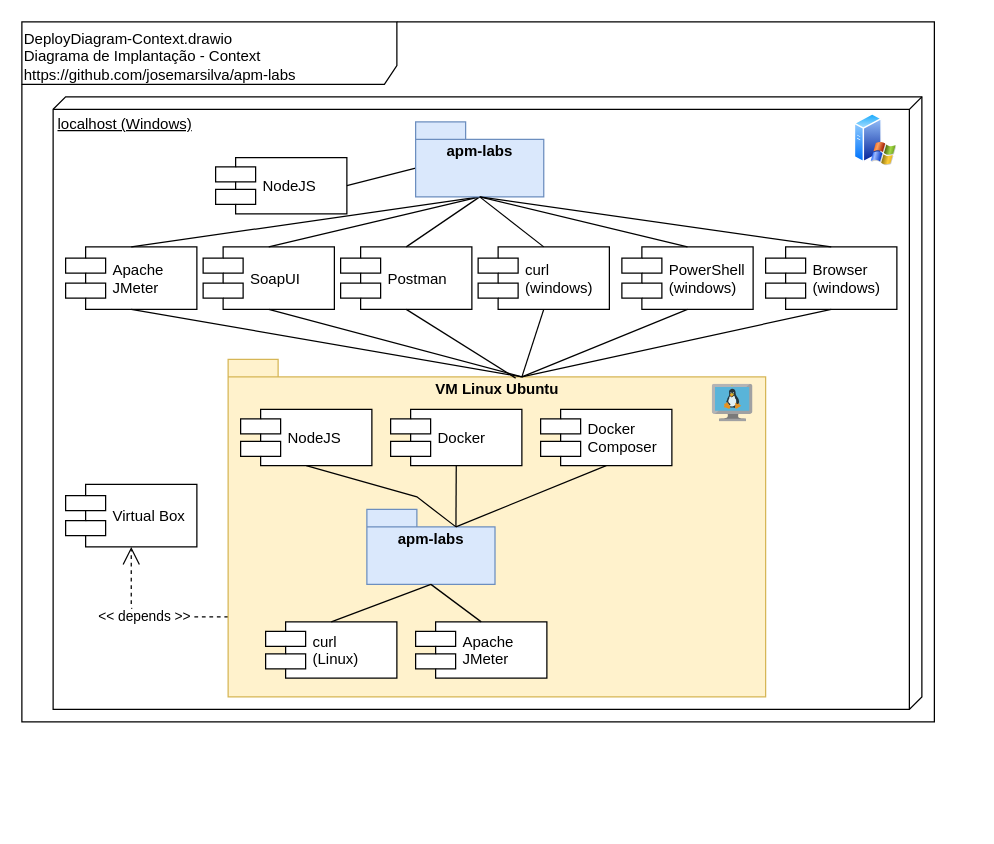
Above: doc/DeployDiagram-Context.drawio in josemarsilva/apm-labs (draw.io), before the change. Source tidied: cells renumbered, new cells numbered last; positions are measured from the earlier drawing's top-left corner, leaving out a move shared by most shapes. Both pictures are drawn from the tidied source at 125%, with x=0, y=0 at pixel (21, 21).
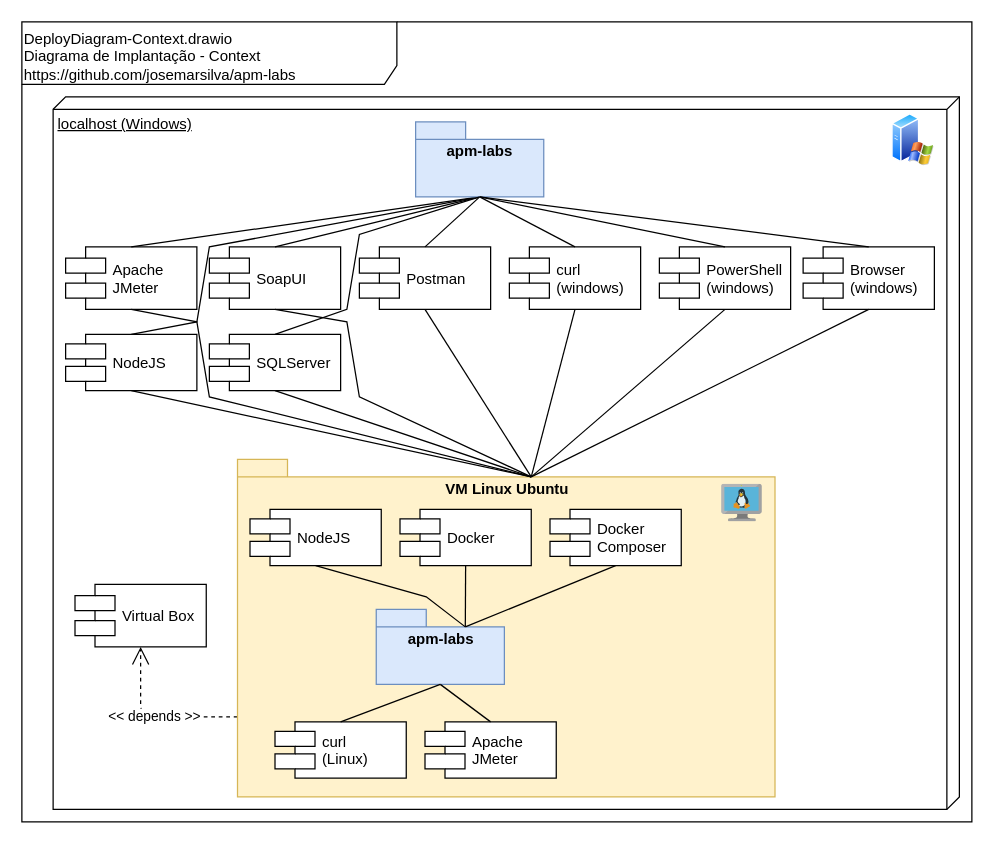
The same diagram, later.

The change refers to these unchanged cells:
```xml
<mxCell id="13" value="Apache&#10;JMeter" style="shape=component;align=left;spacingLeft=36;" parent="1" vertex="1">
  <mxGeometry x="35" y="180" width="105" height="50" as="geometry" />
</mxCell>
<mxCell id="33" value="apm-labs" style="shape=folder;fontStyle=1;spacingTop=10;tabWidth=40;tabHeight=14;tabPosition=left;html=1;verticalAlign=top;fillColor=#dae8fc;strokeColor=#6c8ebf;" parent="1" vertex="1">
  <mxGeometry x="315" y="80" width="102.5" height="60" as="geometry" />
</mxCell>
```

Diff of the diagram source:
```diff
@@
     <mxCell id="2" value="DeployDiagram-Context.drawio&lt;br&gt;Diagrama de Implantação - Context&lt;br&gt;https://github.com/josemarsilva/apm-labs" style="shape=umlFrame;whiteSpace=wrap;html=1;width=300;height=50;verticalAlign=top;align=left;" parent="1" vertex="1">
-      <mxGeometry width="730" height="560" as="geometry" />
+      <mxGeometry width="760" height="640" as="geometry" />
     </mxCell>
     <mxCell id="3" value="localhost (Windows)" style="verticalAlign=top;align=left;spacingTop=8;spacingLeft=2;spacingRight=12;shape=cube;size=10;direction=south;fontStyle=4;html=1;" parent="1" vertex="1">
-      <mxGeometry x="25" y="60" width="695" height="490" as="geometry" />
+      <mxGeometry x="25" y="60" width="725" height="570" as="geometry" />
     </mxCell>
     <mxCell id="4" value="Virtual Box" style="shape=component;align=left;spacingLeft=36;" parent="1" vertex="1">
-      <mxGeometry x="35" y="370" width="105" height="50" as="geometry" />
+      <mxGeometry x="42.5" y="450" width="105" height="50" as="geometry" />
     </mxCell>
@@
     <mxCell id="6" value="VM Linux Ubuntu" style="shape=folder;fontStyle=1;spacingTop=10;tabWidth=40;tabHeight=14;tabPosition=left;html=1;verticalAlign=top;fillColor=#fff2cc;strokeColor=#d6b656;" parent="1" vertex="1">
-      <mxGeometry x="165" y="270" width="430" height="270" as="geometry" />
+      <mxGeometry x="172.5" y="350" width="430" height="270" as="geometry" />
     </mxCell>
     <mxCell id="7" value="NodeJS" style="shape=component;align=left;spacingLeft=36;" parent="1" vertex="1">
-      <mxGeometry x="175" y="310" width="105" height="45" as="geometry" />
+      <mxGeometry x="182.5" y="390" width="105" height="45" as="geometry" />
     </mxCell>
     <mxCell id="8" value="Docker" style="shape=component;align=left;spacingLeft=36;" parent="1" vertex="1">
-      <mxGeometry x="295" y="310" width="105" height="45" as="geometry" />
+      <mxGeometry x="302.5" y="390" width="105" height="45" as="geometry" />
     </mxCell>
     <mxCell id="9" value="Docker &#10;Composer" style="shape=component;align=left;spacingLeft=36;" parent="1" vertex="1">
-      <mxGeometry x="415" y="310" width="105" height="45" as="geometry" />
+      <mxGeometry x="422.5" y="390" width="105" height="45" as="geometry" />
     </mxCell>
     <mxCell id="10" value="apm-labs" style="shape=folder;fontStyle=1;spacingTop=10;tabWidth=40;tabHeight=14;tabPosition=left;html=1;verticalAlign=top;fillColor=#dae8fc;strokeColor=#6c8ebf;" parent="1" vertex="1">
-      <mxGeometry x="276" y="390" width="102.5" height="60" as="geometry" />
+      <mxGeometry x="283.5" y="470" width="102.5" height="60" as="geometry" />
     </mxCell>
@@
     <mxCell id="14" value="curl&#10;(Linux)" style="shape=component;align=left;spacingLeft=36;" parent="1" vertex="1">
-      <mxGeometry x="195" y="480" width="105" height="45" as="geometry" />
+      <mxGeometry x="202.5" y="560" width="105" height="45" as="geometry" />
     </mxCell>
     <mxCell id="15" value="SoapUI" style="shape=component;align=left;spacingLeft=36;" parent="1" vertex="1">
-      <mxGeometry x="145" y="180" width="105" height="50" as="geometry" />
+      <mxGeometry x="150" y="180" width="105" height="50" as="geometry" />
     </mxCell>
     <mxCell id="16" value="Apache&#10;JMeter" style="shape=component;align=left;spacingLeft=36;" parent="1" vertex="1">
-      <mxGeometry x="315" y="480" width="105" height="45" as="geometry" />
+      <mxGeometry x="322.5" y="560" width="105" height="45" as="geometry" />
     </mxCell>
     <mxCell id="17" style="endArrow=none;startArrow=none;endFill=0;startFill=0;html=1;exitX=0.5;exitY=1;exitDx=0;exitDy=0;entryX=0;entryY=0;entryDx=71.25;entryDy=14;entryPerimeter=0;rounded=0;" parent="1" edge="1" source="7" target="10">
       <mxGeometry relative="1" as="geometry">
         <Array as="points">
-          <mxPoint x="316" y="380" />
+          <mxPoint x="323.5" y="460" />
         </Array>
       </mxGeometry>
     </mxCell>
@@
     <mxCell id="20" value="curl&#10;(windows)" style="shape=component;align=left;spacingLeft=36;" parent="1" vertex="1">
-      <mxGeometry x="365" y="180" width="105" height="50" as="geometry" />
+      <mxGeometry x="390" y="180" width="105" height="50" as="geometry" />
     </mxCell>
-    <mxCell id="21" style="endArrow=none;startArrow=none;endFill=0;startFill=0;html=1;exitX=0.5;exitY=1;exitDx=0;exitDy=0;entryX=0;entryY=0;entryDx=235;entryDy=14;entryPerimeter=0;" parent="1" edge="1" source="13" target="6">
-      <mxGeometry relative="1" as="geometry" />
+    <mxCell id="21" style="endArrow=none;startArrow=none;endFill=0;startFill=0;html=1;exitX=0.5;exitY=1;exitDx=0;exitDy=0;entryX=0;entryY=0;entryDx=235;entryDy=14;entryPerimeter=0;rounded=0;" parent="1" edge="1" source="13" target="6">
+      <mxGeometry relative="1" as="geometry">
+        <Array as="points">
+          <mxPoint x="140" y="240" />
+          <mxPoint x="150" y="300" />
+        </Array>
+      </mxGeometry>
     </mxCell>
-    <mxCell id="22" style="endArrow=none;startArrow=none;endFill=0;startFill=0;html=1;exitX=0.5;exitY=1;exitDx=0;exitDy=0;entryX=0;entryY=0;entryDx=235;entryDy=14;entryPerimeter=0;" parent="1" edge="1" source="15" target="6">
-      <mxGeometry relative="1" as="geometry" />
+    <mxCell id="22" style="endArrow=none;startArrow=none;endFill=0;startFill=0;html=1;exitX=0.5;exitY=1;exitDx=0;exitDy=0;entryX=0;entryY=0;entryDx=235;entryDy=14;entryPerimeter=0;rounded=0;" parent="1" edge="1" source="15" target="6">
+      <mxGeometry relative="1" as="geometry">
+        <Array as="points">
+          <mxPoint x="260" y="240" />
+          <mxPoint x="270" y="300" />
+        </Array>
+      </mxGeometry>
     </mxCell>
-    <mxCell id="23" style="endArrow=none;startArrow=none;endFill=0;startFill=0;html=1;exitX=0.5;exitY=1;exitDx=0;exitDy=0;entryX=0;entryY=0;entryDx=235;entryDy=14;entryPerimeter=0;" parent="1" edge="1" source="20" target="6">
+    <mxCell id="23" style="endArrow=none;startArrow=none;endFill=0;startFill=0;html=1;exitX=0.5;exitY=1;exitDx=0;exitDy=0;entryX=0;entryY=0;entryDx=235;entryDy=14;entryPerimeter=0;rounded=0;" parent="1" edge="1" source="20" target="6">
       <mxGeometry relative="1" as="geometry" />
     </mxCell>
     <mxCell id="24" value="Postman" style="shape=component;align=left;spacingLeft=36;" parent="1" vertex="1">
-      <mxGeometry x="255" y="180" width="105" height="50" as="geometry" />
+      <mxGeometry x="270" y="180" width="105" height="50" as="geometry" />
     </mxCell>
     <mxCell id="25" value="NodeJS" style="shape=component;align=left;spacingLeft=36;" parent="1" vertex="1">
-      <mxGeometry x="155" y="108.5" width="105" height="45" as="geometry" />
+      <mxGeometry x="35" y="250" width="105" height="45" as="geometry" />
     </mxCell>
-    <mxCell id="26" style="endArrow=none;startArrow=none;endFill=0;startFill=0;html=1;exitX=1;exitY=0.5;exitDx=0;exitDy=0;entryX=0;entryY=0;entryDx=0;entryDy=37;entryPerimeter=0;" parent="1" edge="1" source="25" target="33">
-      <mxGeometry relative="1" as="geometry" />
+    <mxCell id="26" style="endArrow=none;startArrow=none;endFill=0;startFill=0;html=1;exitX=0.5;exitY=0;exitDx=0;exitDy=0;entryX=0.5;entryY=1;entryDx=0;entryDy=0;entryPerimeter=0;rounded=0;" parent="1" edge="1" source="25" target="33">
+      <mxGeometry relative="1" as="geometry">
+        <Array as="points">
+          <mxPoint x="140" y="240" />
+          <mxPoint x="150" y="180" />
+        </Array>
+      </mxGeometry>
     </mxCell>
-    <mxCell id="27" style="endArrow=none;startArrow=none;endFill=0;startFill=0;html=1;exitX=0.5;exitY=0;exitDx=0;exitDy=0;entryX=0.5;entryY=1;entryDx=0;entryDy=0;entryPerimeter=0;" parent="1" edge="1" source="13" target="33">
+    <mxCell id="27" style="endArrow=none;startArrow=none;endFill=0;startFill=0;html=1;exitX=0.5;exitY=0;exitDx=0;exitDy=0;entryX=0.5;entryY=1;entryDx=0;entryDy=0;entryPerimeter=0;rounded=0;" parent="1" edge="1" source="13" target="33">
       <mxGeometry relative="1" as="geometry" />
     </mxCell>
-    <mxCell id="28" style="endArrow=none;startArrow=none;endFill=0;startFill=0;html=1;exitX=0.5;exitY=0;exitDx=0;exitDy=0;entryX=0.5;entryY=1;entryDx=0;entryDy=0;entryPerimeter=0;" parent="1" edge="1" source="15" target="33">
+    <mxCell id="28" style="endArrow=none;startArrow=none;endFill=0;startFill=0;html=1;exitX=0.5;exitY=0;exitDx=0;exitDy=0;entryX=0.5;entryY=1;entryDx=0;entryDy=0;entryPerimeter=0;rounded=0;" parent="1" edge="1" source="15" target="33">
       <mxGeometry relative="1" as="geometry" />
     </mxCell>
-    <mxCell id="29" style="endArrow=none;startArrow=none;endFill=0;startFill=0;html=1;exitX=0.5;exitY=0;exitDx=0;exitDy=0;entryX=0.5;entryY=1;entryDx=0;entryDy=0;entryPerimeter=0;" parent="1" edge="1" source="24" target="33">
+    <mxCell id="29" style="endArrow=none;startArrow=none;endFill=0;startFill=0;html=1;exitX=0.5;exitY=0;exitDx=0;exitDy=0;entryX=0.5;entryY=1;entryDx=0;entryDy=0;entryPerimeter=0;rounded=0;" parent="1" edge="1" source="24" target="33">
       <mxGeometry relative="1" as="geometry" />
     </mxCell>
-    <mxCell id="30" style="endArrow=none;startArrow=none;endFill=0;startFill=0;html=1;exitX=0.5;exitY=0;exitDx=0;exitDy=0;entryX=0.5;entryY=1;entryDx=0;entryDy=0;entryPerimeter=0;" parent="1" edge="1" source="20" target="33">
+    <mxCell id="30" style="endArrow=none;startArrow=none;endFill=0;startFill=0;html=1;exitX=0.5;exitY=0;exitDx=0;exitDy=0;entryX=0.5;entryY=1;entryDx=0;entryDy=0;entryPerimeter=0;rounded=0;" parent="1" edge="1" source="20" target="33">
       <mxGeometry relative="1" as="geometry" />
     </mxCell>
     <mxCell id="31" style="perimeter=ellipsePerimeter;html=1;align=center;shadow=0;dashed=0;spacingTop=3;image;image=img/lib/active_directory/windows_server_2.svg;" parent="1" vertex="1">
-      <mxGeometry x="666" y="73" width="34" height="42.5" as="geometry" />
+      <mxGeometry x="696" y="73" width="34" height="42.5" as="geometry" />
     </mxCell>
     <mxCell id="32" style="html=1;align=center;image;fontSize=12;image=img/lib/mscae/VM_Linux.svg;" parent="1" vertex="1">
-      <mxGeometry x="552.4" y="290" width="32.6" height="30" as="geometry" />
+      <mxGeometry x="559.9" y="370" width="32.6" height="30" as="geometry" />
     </mxCell>
@@
     <mxCell id="34" value="PowerShell&#10;(windows)" style="shape=component;align=left;spacingLeft=36;" parent="1" vertex="1">
-      <mxGeometry x="480" y="180" width="105" height="50" as="geometry" />
+      <mxGeometry x="510" y="180" width="105" height="50" as="geometry" />
     </mxCell>
-    <mxCell id="35" style="endArrow=none;startArrow=none;endFill=0;startFill=0;html=1;exitX=0.5;exitY=0;exitDx=0;exitDy=0;entryX=0.5;entryY=1;entryDx=0;entryDy=0;entryPerimeter=0;" parent="1" edge="1" source="34" target="33">
+    <mxCell id="35" style="endArrow=none;startArrow=none;endFill=0;startFill=0;html=1;exitX=0.5;exitY=0;exitDx=0;exitDy=0;entryX=0.5;entryY=1;entryDx=0;entryDy=0;entryPerimeter=0;rounded=0;" parent="1" edge="1" source="34" target="33">
       <mxGeometry relative="1" as="geometry" />
     </mxCell>
-    <mxCell id="36" style="endArrow=none;startArrow=none;endFill=0;startFill=0;html=1;exitX=0.5;exitY=1;exitDx=0;exitDy=0;entryX=0;entryY=0;entryDx=235;entryDy=14;entryPerimeter=0;" parent="1" edge="1" source="34" target="6">
+    <mxCell id="36" style="endArrow=none;startArrow=none;endFill=0;startFill=0;html=1;exitX=0.5;exitY=1;exitDx=0;exitDy=0;entryX=0;entryY=0;entryDx=235;entryDy=14;entryPerimeter=0;rounded=0;" parent="1" edge="1" source="34" target="6">
       <mxGeometry relative="1" as="geometry" />
     </mxCell>
-    <mxCell id="37" style="endArrow=none;startArrow=none;endFill=0;startFill=0;html=1;exitX=0.5;exitY=1;exitDx=0;exitDy=0;" parent="1" edge="1" source="24">
-      <mxGeometry relative="1" as="geometry">
-        <mxPoint x="395" y="285" as="targetPoint" />
-      </mxGeometry>
+    <mxCell id="37" style="endArrow=none;startArrow=none;endFill=0;startFill=0;html=1;exitX=0.5;exitY=1;exitDx=0;exitDy=0;entryX=0;entryY=0;entryDx=235;entryDy=14;entryPerimeter=0;rounded=0;" parent="1" edge="1" source="24" target="6">
+      <mxGeometry relative="1" as="geometry" />
     </mxCell>
     <mxCell id="38" value="Browser&#10;(windows)" style="shape=component;align=left;spacingLeft=36;" parent="1" vertex="1">
-      <mxGeometry x="595" y="180" width="105" height="50" as="geometry" />
+      <mxGeometry x="625" y="180" width="105" height="50" as="geometry" />
     </mxCell>
-    <mxCell id="39" style="endArrow=none;startArrow=none;endFill=0;startFill=0;html=1;exitX=0.5;exitY=0;exitDx=0;exitDy=0;entryX=0.5;entryY=1;entryDx=0;entryDy=0;entryPerimeter=0;" parent="1" edge="1" source="38" target="33">
+    <mxCell id="39" style="endArrow=none;startArrow=none;endFill=0;startFill=0;html=1;exitX=0.5;exitY=0;exitDx=0;exitDy=0;entryX=0.5;entryY=1;entryDx=0;entryDy=0;entryPerimeter=0;rounded=0;" parent="1" edge="1" source="38" target="33">
       <mxGeometry relative="1" as="geometry" />
     </mxCell>
-    <mxCell id="40" style="endArrow=none;startArrow=none;endFill=0;startFill=0;html=1;exitX=0.5;exitY=1;exitDx=0;exitDy=0;entryX=0;entryY=0;entryDx=235;entryDy=14;entryPerimeter=0;" parent="1" edge="1" source="38" target="6">
+    <mxCell id="40" style="endArrow=none;startArrow=none;endFill=0;startFill=0;html=1;exitX=0.5;exitY=1;exitDx=0;exitDy=0;entryX=0;entryY=0;entryDx=235;entryDy=14;entryPerimeter=0;rounded=0;" parent="1" edge="1" source="38" target="6">
       <mxGeometry relative="1" as="geometry" />
     </mxCell>
+    <mxCell id="41" value="SQLServer" style="shape=component;align=left;spacingLeft=36;" parent="1" vertex="1">
+      <mxGeometry x="150" y="250" width="105" height="45" as="geometry" />
+    </mxCell>
+    <mxCell id="42" style="endArrow=none;startArrow=none;endFill=0;startFill=0;html=1;exitX=0.5;exitY=0;exitDx=0;exitDy=0;entryX=0.5;entryY=1;entryDx=0;entryDy=0;entryPerimeter=0;rounded=0;" parent="1" edge="1" source="41" target="33">
+      <mxGeometry relative="1" as="geometry">
+        <Array as="points">
+          <mxPoint x="260" y="230" />
+          <mxPoint x="270" y="170" />
+        </Array>
+      </mxGeometry>
+    </mxCell>
+    <mxCell id="43" style="endArrow=none;startArrow=none;endFill=0;startFill=0;html=1;exitX=0.5;exitY=1;exitDx=0;exitDy=0;rounded=0;entryX=0;entryY=0;entryDx=235;entryDy=14;entryPerimeter=0;" parent="1" edge="1" source="25" target="6">
+      <mxGeometry relative="1" as="geometry" />
+    </mxCell>
+    <mxCell id="44" style="endArrow=none;startArrow=none;endFill=0;startFill=0;html=1;exitX=0.5;exitY=1;exitDx=0;exitDy=0;rounded=0;entryX=0;entryY=0;entryDx=235;entryDy=14;entryPerimeter=0;" parent="1" edge="1" source="41" target="6">
+      <mxGeometry relative="1" as="geometry" />
+    </mxCell>
```
